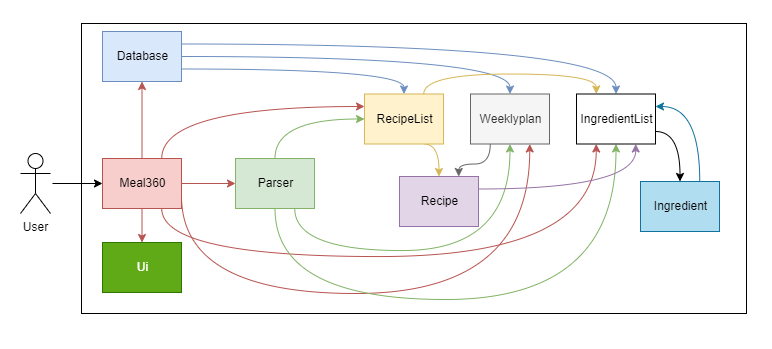
Above: docs/UML/Architecture/ArchitectureUML.png in nus-cs2113-AY2223S2/tp (draw.io), before the change. Source tidied: cells renumbered, new cells last; positions are measured from the earlier drawing's top-left corner, leaving out a move shared by most shapes. Its diagram source:
```xml
<mxGraphModel>
  <root>
    <mxCell id="0" />
    <mxCell id="1" parent="0" />
    <mxCell id="2" style="html=1;strokeColor=none;" parent="1" vertex="1">
      <mxGeometry width="771" height="348" as="geometry" />
    </mxCell>
    <mxCell id="3" style="html=1;" parent="1" vertex="1">
      <mxGeometry x="81" y="23" width="665" height="290" as="geometry" />
    </mxCell>
    <mxCell id="4" style="rounded=0;jettySize=auto;html=1;entryX=0;entryY=0.5;entryDx=0;entryDy=0;" parent="1" edge="1" target="12">
      <mxGeometry relative="1" as="geometry">
        <mxPoint x="52" y="183" as="sourcePoint" />
      </mxGeometry>
    </mxCell>
    <mxCell id="5" value="User" style="shape=umlActor;verticalLabelPosition=bottom;verticalAlign=top;html=1;" parent="1" vertex="1">
      <mxGeometry x="20" y="153" width="30" height="60" as="geometry" />
    </mxCell>
    <mxCell id="6" style="edgeStyle=orthogonalEdgeStyle;rounded=0;jettySize=auto;html=1;exitX=0.5;exitY=1;exitDx=0;exitDy=0;entryX=0.5;entryY=0;entryDx=0;entryDy=0;fillColor=#f8cecc;strokeColor=#b85450;" parent="1" edge="1" source="12" target="17">
      <mxGeometry relative="1" as="geometry" />
    </mxCell>
    <mxCell id="7" style="edgeStyle=orthogonalEdgeStyle;rounded=0;jettySize=auto;html=1;exitX=1;exitY=0.5;exitDx=0;exitDy=0;entryX=0;entryY=0.5;entryDx=0;entryDy=0;fillColor=#f8cecc;strokeColor=#b85450;" parent="1" edge="1" source="12" target="21">
      <mxGeometry relative="1" as="geometry" />
    </mxCell>
    <mxCell id="8" style="edgeStyle=orthogonalEdgeStyle;rounded=0;jettySize=auto;html=1;exitX=0.5;exitY=0;exitDx=0;exitDy=0;entryX=0.5;entryY=1;entryDx=0;entryDy=0;fillColor=#f8cecc;strokeColor=#b85450;" parent="1" edge="1" source="12" target="16">
      <mxGeometry relative="1" as="geometry" />
    </mxCell>
    <mxCell id="9" style="edgeStyle=orthogonalEdgeStyle;curved=1;rounded=0;jettySize=auto;html=1;exitX=0.75;exitY=0;exitDx=0;exitDy=0;entryX=0;entryY=0.25;entryDx=0;entryDy=0;fillColor=#f8cecc;strokeColor=#b85450;" parent="1" edge="1" source="12" target="24">
      <mxGeometry relative="1" as="geometry" />
    </mxCell>
    <mxCell id="10" style="edgeStyle=orthogonalEdgeStyle;curved=1;rounded=0;jettySize=auto;html=1;exitX=0.75;exitY=1;exitDx=0;exitDy=0;entryX=0.25;entryY=1;entryDx=0;entryDy=0;fillColor=#f8cecc;strokeColor=#b85450;" parent="1" edge="1" source="12" target="32">
      <mxGeometry relative="1" as="geometry">
        <Array as="points">
          <mxPoint x="161" y="256" />
          <mxPoint x="596" y="256" />
        </Array>
      </mxGeometry>
    </mxCell>
    <mxCell id="11" style="edgeStyle=orthogonalEdgeStyle;curved=1;rounded=0;jettySize=auto;html=1;exitX=1;exitY=0.75;exitDx=0;exitDy=0;entryX=0.75;entryY=1;entryDx=0;entryDy=0;fillColor=#f8cecc;strokeColor=#b85450;" parent="1" edge="1" source="12" target="26">
      <mxGeometry relative="1" as="geometry">
        <Array as="points">
          <mxPoint x="181" y="293" />
          <mxPoint x="529" y="293" />
        </Array>
      </mxGeometry>
    </mxCell>
    <mxCell id="12" value="Meal360" style="html=1;fillColor=#f8cecc;strokeColor=#b85450;" parent="1" vertex="1">
      <mxGeometry x="102" y="158" width="79" height="50" as="geometry" />
    </mxCell>
    <mxCell id="13" style="edgeStyle=orthogonalEdgeStyle;curved=1;rounded=0;jettySize=auto;html=1;exitX=1;exitY=0.75;exitDx=0;exitDy=0;entryX=0.5;entryY=0;entryDx=0;entryDy=0;fillColor=#dae8fc;strokeColor=#6c8ebf;" parent="1" edge="1" source="16" target="24">
      <mxGeometry relative="1" as="geometry" />
    </mxCell>
    <mxCell id="14" style="edgeStyle=orthogonalEdgeStyle;curved=1;rounded=0;jettySize=auto;html=1;exitX=1;exitY=0.5;exitDx=0;exitDy=0;entryX=0.5;entryY=0;entryDx=0;entryDy=0;fillColor=#dae8fc;strokeColor=#6c8ebf;" parent="1" edge="1" source="16" target="26">
      <mxGeometry relative="1" as="geometry" />
    </mxCell>
    <mxCell id="15" style="edgeStyle=orthogonalEdgeStyle;curved=1;rounded=0;jettySize=auto;html=1;exitX=1;exitY=0.25;exitDx=0;exitDy=0;fillColor=#dae8fc;strokeColor=#6c8ebf;" parent="1" edge="1" source="16" target="32">
      <mxGeometry relative="1" as="geometry" />
    </mxCell>
    <mxCell id="16" value="Database" style="html=1;fillColor=#dae8fc;strokeColor=#6c8ebf;" parent="1" vertex="1">
      <mxGeometry x="102" y="31" width="79" height="50" as="geometry" />
    </mxCell>
    <mxCell id="17" value="Ui" style="html=1;fillColor=#60a917;strokeColor=#2D7600;fontColor=#ffffff;" parent="1" vertex="1">
      <mxGeometry x="102" y="242" width="79" height="50" as="geometry" />
    </mxCell>
    <mxCell id="18" style="edgeStyle=orthogonalEdgeStyle;curved=1;rounded=0;jettySize=auto;html=1;exitX=0.5;exitY=0;exitDx=0;exitDy=0;entryX=0;entryY=0.5;entryDx=0;entryDy=0;fillColor=#d5e8d4;strokeColor=#82b366;" parent="1" edge="1" source="21" target="24">
      <mxGeometry relative="1" as="geometry" />
    </mxCell>
    <mxCell id="19" style="edgeStyle=orthogonalEdgeStyle;curved=1;rounded=0;jettySize=auto;html=1;exitX=0.5;exitY=1;exitDx=0;exitDy=0;entryX=0.5;entryY=1;entryDx=0;entryDy=0;fillColor=#d5e8d4;strokeColor=#82b366;" parent="1" edge="1" source="21" target="32">
      <mxGeometry relative="1" as="geometry">
        <Array as="points">
          <mxPoint x="275" y="299" />
          <mxPoint x="616" y="299" />
        </Array>
      </mxGeometry>
    </mxCell>
    <mxCell id="20" style="edgeStyle=orthogonalEdgeStyle;curved=1;rounded=0;jettySize=auto;html=1;exitX=0.75;exitY=1;exitDx=0;exitDy=0;entryX=0.5;entryY=1;entryDx=0;entryDy=0;fillColor=#d5e8d4;strokeColor=#82b366;" parent="1" edge="1" source="21" target="26">
      <mxGeometry relative="1" as="geometry">
        <Array as="points">
          <mxPoint x="294" y="250" />
          <mxPoint x="510" y="250" />
        </Array>
      </mxGeometry>
    </mxCell>
    <mxCell id="21" value="Parser" style="html=1;fillColor=#d5e8d4;strokeColor=#82b366;" parent="1" vertex="1">
      <mxGeometry x="235" y="158" width="79" height="50" as="geometry" />
    </mxCell>
    <mxCell id="22" style="edgeStyle=orthogonalEdgeStyle;curved=1;rounded=0;jettySize=auto;html=1;exitX=0.75;exitY=1;exitDx=0;exitDy=0;entryX=0.5;entryY=0;entryDx=0;entryDy=0;fillColor=#fff2cc;strokeColor=#d6b656;" parent="1" edge="1" source="24" target="28">
      <mxGeometry relative="1" as="geometry" />
    </mxCell>
    <mxCell id="23" style="edgeStyle=orthogonalEdgeStyle;curved=1;rounded=0;jettySize=auto;html=1;exitX=0.75;exitY=0;exitDx=0;exitDy=0;entryX=0.25;entryY=0;entryDx=0;entryDy=0;fillColor=#fff2cc;strokeColor=#d6b656;" parent="1" edge="1" source="24" target="32">
      <mxGeometry relative="1" as="geometry" />
    </mxCell>
    <mxCell id="24" value="RecipeList" style="html=1;fillColor=#fff2cc;strokeColor=#d6b656;" parent="1" vertex="1">
      <mxGeometry x="364" y="93.5" width="79" height="50" as="geometry" />
    </mxCell>
    <mxCell id="25" style="edgeStyle=orthogonalEdgeStyle;curved=1;rounded=0;jettySize=auto;html=1;exitX=0.25;exitY=1;exitDx=0;exitDy=0;entryX=0.75;entryY=0;entryDx=0;entryDy=0;fillColor=#f5f5f5;strokeColor=#666666;" parent="1" edge="1" source="26" target="28">
      <mxGeometry relative="1" as="geometry" />
    </mxCell>
    <mxCell id="26" value="Weeklyplan" style="html=1;fillColor=#f5f5f5;strokeColor=#666666;fontColor=#333333;" parent="1" vertex="1">
      <mxGeometry x="470" y="93.5" width="79" height="50" as="geometry" />
    </mxCell>
    <mxCell id="27" style="edgeStyle=orthogonalEdgeStyle;curved=1;rounded=0;jettySize=auto;html=1;exitX=1;exitY=0.25;exitDx=0;exitDy=0;entryX=0.75;entryY=1;entryDx=0;entryDy=0;fillColor=#e1d5e7;strokeColor=#9673a6;" parent="1" edge="1" source="28" target="32">
      <mxGeometry relative="1" as="geometry" />
    </mxCell>
    <mxCell id="28" value="Recipe" style="html=1;fillColor=#e1d5e7;strokeColor=#9673a6;" parent="1" vertex="1">
      <mxGeometry x="399" y="176" width="79" height="50" as="geometry" />
    </mxCell>
    <mxCell id="29" style="edgeStyle=orthogonalEdgeStyle;curved=1;rounded=0;jettySize=auto;html=1;exitX=0.75;exitY=0;exitDx=0;exitDy=0;entryX=1;entryY=0.25;entryDx=0;entryDy=0;fillColor=#b1ddf0;strokeColor=#10739e;" parent="1" edge="1" source="30" target="32">
      <mxGeometry relative="1" as="geometry" />
    </mxCell>
    <mxCell id="30" value="Ingredient" style="html=1;fillColor=#b1ddf0;strokeColor=#10739e;" parent="1" vertex="1">
      <mxGeometry x="640" y="181" width="79" height="50" as="geometry" />
    </mxCell>
    <mxCell id="31" style="edgeStyle=orthogonalEdgeStyle;curved=1;rounded=0;jettySize=auto;html=1;exitX=1;exitY=0.75;exitDx=0;exitDy=0;entryX=0.5;entryY=0;entryDx=0;entryDy=0;" parent="1" edge="1" source="32" target="30">
      <mxGeometry relative="1" as="geometry" />
    </mxCell>
    <mxCell id="32" value="IngredientList" style="html=1;" parent="1" vertex="1">
      <mxGeometry x="576" y="93.5" width="79" height="50" as="geometry" />
    </mxCell>
  </root>
</mxGraphModel>
```
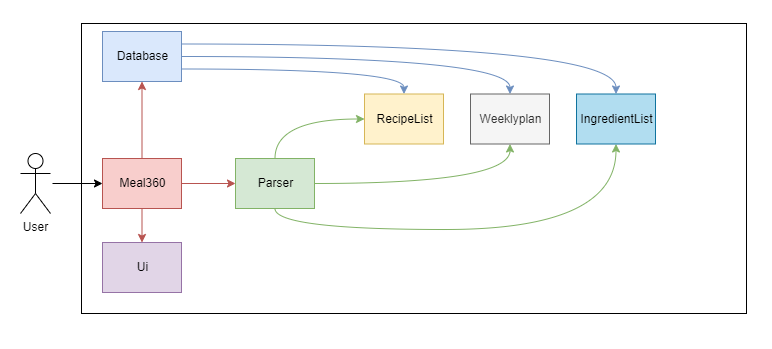
After the change.

Commit message:
Update Architecture diagram

Simplified diagram to be neater

Change to the diagram source:
```diff
@@ -25,25 +25,6 @@
     <mxCell id="8" style="edgeStyle=orthogonalEdgeStyle;rounded=0;jettySize=auto;html=1;exitX=0.5;exitY=0;exitDx=0;exitDy=0;entryX=0.5;entryY=1;entryDx=0;entryDy=0;fillColor=#f8cecc;strokeColor=#b85450;" parent="1" edge="1" source="12" target="16">
       <mxGeometry relative="1" as="geometry" />
     </mxCell>
-    <mxCell id="9" style="edgeStyle=orthogonalEdgeStyle;curved=1;rounded=0;jettySize=auto;html=1;exitX=0.75;exitY=0;exitDx=0;exitDy=0;entryX=0;entryY=0.25;entryDx=0;entryDy=0;fillColor=#f8cecc;strokeColor=#b85450;" parent="1" edge="1" source="12" target="24">
-      <mxGeometry relative="1" as="geometry" />
-    </mxCell>
-    <mxCell id="10" style="edgeStyle=orthogonalEdgeStyle;curved=1;rounded=0;jettySize=auto;html=1;exitX=0.75;exitY=1;exitDx=0;exitDy=0;entryX=0.25;entryY=1;entryDx=0;entryDy=0;fillColor=#f8cecc;strokeColor=#b85450;" parent="1" edge="1" source="12" target="32">
-      <mxGeometry relative="1" as="geometry">
-        <Array as="points">
-          <mxPoint x="161" y="256" />
-          <mxPoint x="596" y="256" />
-        </Array>
-      </mxGeometry>
-    </mxCell>
-    <mxCell id="11" style="edgeStyle=orthogonalEdgeStyle;curved=1;rounded=0;jettySize=auto;html=1;exitX=1;exitY=0.75;exitDx=0;exitDy=0;entryX=0.75;entryY=1;entryDx=0;entryDy=0;fillColor=#f8cecc;strokeColor=#b85450;" parent="1" edge="1" source="12" target="26">
-      <mxGeometry relative="1" as="geometry">
-        <Array as="points">
-          <mxPoint x="181" y="293" />
-          <mxPoint x="529" y="293" />
-        </Array>
-      </mxGeometry>
-    </mxCell>
     <mxCell id="12" value="Meal360" style="html=1;fillColor=#f8cecc;strokeColor=#b85450;" parent="1" vertex="1">
       <mxGeometry x="102" y="158" width="79" height="50" as="geometry" />
     </mxCell>
@@ -59,7 +40,7 @@
     <mxCell id="16" value="Database" style="html=1;fillColor=#dae8fc;strokeColor=#6c8ebf;" parent="1" vertex="1">
       <mxGeometry x="102" y="31" width="79" height="50" as="geometry" />
     </mxCell>
-    <mxCell id="17" value="Ui" style="html=1;fillColor=#60a917;strokeColor=#2D7600;fontColor=#ffffff;" parent="1" vertex="1">
+    <mxCell id="17" value="Ui" style="html=1;fillColor=#e1d5e7;strokeColor=#9673a6;" parent="1" vertex="1">
       <mxGeometry x="102" y="242" width="79" height="50" as="geometry" />
     </mxCell>
     <mxCell id="18" style="edgeStyle=orthogonalEdgeStyle;curved=1;rounded=0;jettySize=auto;html=1;exitX=0.5;exitY=0;exitDx=0;exitDy=0;entryX=0;entryY=0.5;entryDx=0;entryDy=0;fillColor=#d5e8d4;strokeColor=#82b366;" parent="1" edge="1" source="21" target="24">
@@ -68,53 +49,28 @@
     <mxCell id="19" style="edgeStyle=orthogonalEdgeStyle;curved=1;rounded=0;jettySize=auto;html=1;exitX=0.5;exitY=1;exitDx=0;exitDy=0;entryX=0.5;entryY=1;entryDx=0;entryDy=0;fillColor=#d5e8d4;strokeColor=#82b366;" parent="1" edge="1" source="21" target="32">
       <mxGeometry relative="1" as="geometry">
         <Array as="points">
-          <mxPoint x="275" y="299" />
-          <mxPoint x="616" y="299" />
+          <mxPoint x="274" y="229" />
+          <mxPoint x="616" y="229" />
         </Array>
       </mxGeometry>
     </mxCell>
-    <mxCell id="20" style="edgeStyle=orthogonalEdgeStyle;curved=1;rounded=0;jettySize=auto;html=1;exitX=0.75;exitY=1;exitDx=0;exitDy=0;entryX=0.5;entryY=1;entryDx=0;entryDy=0;fillColor=#d5e8d4;strokeColor=#82b366;" parent="1" edge="1" source="21" target="26">
+    <mxCell id="20" style="edgeStyle=orthogonalEdgeStyle;curved=1;rounded=0;jettySize=auto;html=1;exitX=1;exitY=0.5;exitDx=0;exitDy=0;entryX=0.5;entryY=1;entryDx=0;entryDy=0;fillColor=#d5e8d4;strokeColor=#82b366;" parent="1" edge="1" source="21" target="26">
       <mxGeometry relative="1" as="geometry">
         <Array as="points">
-          <mxPoint x="294" y="250" />
-          <mxPoint x="510" y="250" />
+          <mxPoint x="510" y="183" />
         </Array>
       </mxGeometry>
     </mxCell>
     <mxCell id="21" value="Parser" style="html=1;fillColor=#d5e8d4;strokeColor=#82b366;" parent="1" vertex="1">
       <mxGeometry x="235" y="158" width="79" height="50" as="geometry" />
     </mxCell>
-    <mxCell id="22" style="edgeStyle=orthogonalEdgeStyle;curved=1;rounded=0;jettySize=auto;html=1;exitX=0.75;exitY=1;exitDx=0;exitDy=0;entryX=0.5;entryY=0;entryDx=0;entryDy=0;fillColor=#fff2cc;strokeColor=#d6b656;" parent="1" edge="1" source="24" target="28">
-      <mxGeometry relative="1" as="geometry" />
-    </mxCell>
-    <mxCell id="23" style="edgeStyle=orthogonalEdgeStyle;curved=1;rounded=0;jettySize=auto;html=1;exitX=0.75;exitY=0;exitDx=0;exitDy=0;entryX=0.25;entryY=0;entryDx=0;entryDy=0;fillColor=#fff2cc;strokeColor=#d6b656;" parent="1" edge="1" source="24" target="32">
-      <mxGeometry relative="1" as="geometry" />
-    </mxCell>
     <mxCell id="24" value="RecipeList" style="html=1;fillColor=#fff2cc;strokeColor=#d6b656;" parent="1" vertex="1">
       <mxGeometry x="364" y="93.5" width="79" height="50" as="geometry" />
     </mxCell>
-    <mxCell id="25" style="edgeStyle=orthogonalEdgeStyle;curved=1;rounded=0;jettySize=auto;html=1;exitX=0.25;exitY=1;exitDx=0;exitDy=0;entryX=0.75;entryY=0;entryDx=0;entryDy=0;fillColor=#f5f5f5;strokeColor=#666666;" parent="1" edge="1" source="26" target="28">
-      <mxGeometry relative="1" as="geometry" />
-    </mxCell>
     <mxCell id="26" value="Weeklyplan" style="html=1;fillColor=#f5f5f5;strokeColor=#666666;fontColor=#333333;" parent="1" vertex="1">
       <mxGeometry x="470" y="93.5" width="79" height="50" as="geometry" />
     </mxCell>
-    <mxCell id="27" style="edgeStyle=orthogonalEdgeStyle;curved=1;rounded=0;jettySize=auto;html=1;exitX=1;exitY=0.25;exitDx=0;exitDy=0;entryX=0.75;entryY=1;entryDx=0;entryDy=0;fillColor=#e1d5e7;strokeColor=#9673a6;" parent="1" edge="1" source="28" target="32">
-      <mxGeometry relative="1" as="geometry" />
-    </mxCell>
-    <mxCell id="28" value="Recipe" style="html=1;fillColor=#e1d5e7;strokeColor=#9673a6;" parent="1" vertex="1">
-      <mxGeometry x="399" y="176" width="79" height="50" as="geometry" />
-    </mxCell>
-    <mxCell id="29" style="edgeStyle=orthogonalEdgeStyle;curved=1;rounded=0;jettySize=auto;html=1;exitX=0.75;exitY=0;exitDx=0;exitDy=0;entryX=1;entryY=0.25;entryDx=0;entryDy=0;fillColor=#b1ddf0;strokeColor=#10739e;" parent="1" edge="1" source="30" target="32">
-      <mxGeometry relative="1" as="geometry" />
-    </mxCell>
-    <mxCell id="30" value="Ingredient" style="html=1;fillColor=#b1ddf0;strokeColor=#10739e;" parent="1" vertex="1">
-      <mxGeometry x="640" y="181" width="79" height="50" as="geometry" />
-    </mxCell>
-    <mxCell id="31" style="edgeStyle=orthogonalEdgeStyle;curved=1;rounded=0;jettySize=auto;html=1;exitX=1;exitY=0.75;exitDx=0;exitDy=0;entryX=0.5;entryY=0;entryDx=0;entryDy=0;" parent="1" edge="1" source="32" target="30">
-      <mxGeometry relative="1" as="geometry" />
-    </mxCell>
-    <mxCell id="32" value="IngredientList" style="html=1;" parent="1" vertex="1">
+    <mxCell id="32" value="IngredientList" style="html=1;fillColor=#b1ddf0;strokeColor=#10739e;" parent="1" vertex="1">
       <mxGeometry x="576" y="93.5" width="79" height="50" as="geometry" />
     </mxCell>
   </root>
```
